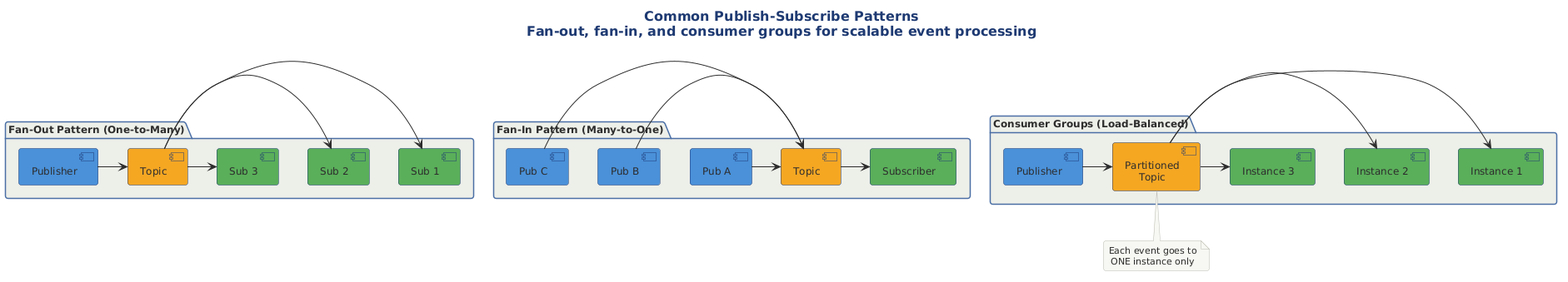
Earlier version of the PlantUML export src/architecture/views-and-beyond/style-catalogs/component-and-connector/publish-subscribe-style/png/common-publish-subscribe-patterns-fan-out-fan.png (Notoriousjayy/latex-docs). The source it was exported from:
```plantuml
@startuml

title Common Publish-Subscribe Patterns\nFan-out, fan-in, and consumer groups for scalable event processing

!include ../../../../../../tooling/styles/plantuml/structural/package-diagram-style.iuml

package "Fan-Out Pattern (One-to-Many)" {
    component "Publisher" as FOP #4A90D9
    component "Topic" as FOT #F5A623
    component "Sub 1" as FOS1 #5BAE5B
    component "Sub 2" as FOS2 #5BAE5B
    component "Sub 3" as FOS3 #5BAE5B

    FOP -right-> FOT
    FOT -right-> FOS1
    FOT -right-> FOS2
    FOT -right-> FOS3
}

package "Fan-In Pattern (Many-to-One)" {
    component "Pub A" as FIA #4A90D9
    component "Pub B" as FIB #4A90D9
    component "Pub C" as FIC #4A90D9
    component "Topic" as FIT #F5A623
    component "Subscriber" as FIS #5BAE5B

    FIA -right-> FIT
    FIB -right-> FIT
    FIC -right-> FIT
    FIT -right-> FIS
}

package "Consumer Groups (Load-Balanced)" {
    component "Publisher" as CGP #4A90D9
    component "Partitioned\nTopic" as CGT #F5A623

    component "Instance 1" as CGS1 #5BAE5B
    component "Instance 2" as CGS2 #5BAE5B
    component "Instance 3" as CGS3 #5BAE5B

    CGP -right-> CGT
    CGT -right-> CGS1
    CGT -right-> CGS2
    CGT -right-> CGS3
}

note bottom of CGT
  Each event goes to
  ONE instance only
end note

@enduml
```
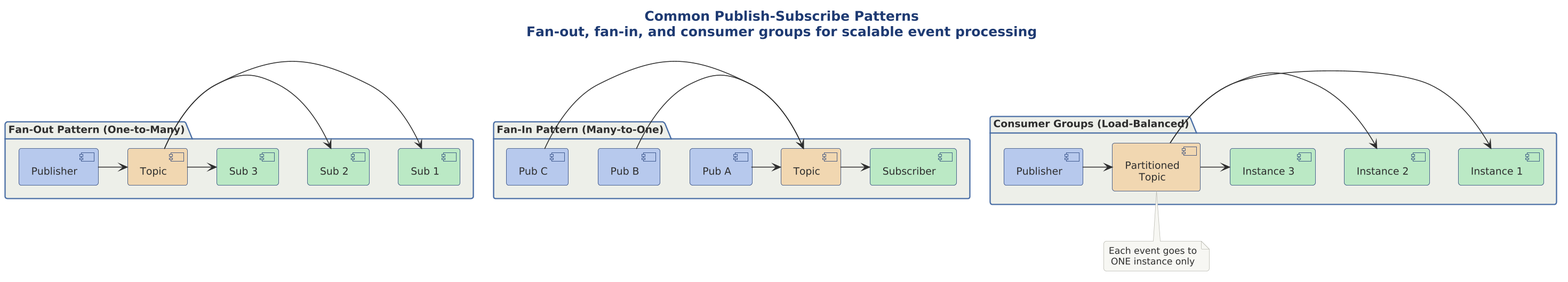
The same file after the commit.

The edit, as a diff of the source:
```diff
@@ -1,15 +1,20 @@
 @startuml
+
+skinparam dpi 150
+
+
+
 
 title Common Publish-Subscribe Patterns\nFan-out, fan-in, and consumer groups for scalable event processing
 
 !include ../../../../../../tooling/styles/plantuml/structural/package-diagram-style.iuml
 
 package "Fan-Out Pattern (One-to-Many)" {
-    component "Publisher" as FOP #4A90D9
-    component "Topic" as FOT #F5A623
-    component "Sub 1" as FOS1 #5BAE5B
-    component "Sub 2" as FOS2 #5BAE5B
-    component "Sub 3" as FOS3 #5BAE5B
+    component "Publisher" as FOP $deep_primary
+    component "Topic" as FOT $deep_caution
+    component "Sub 1" as FOS1 $deep_ok
+    component "Sub 2" as FOS2 $deep_ok
+    component "Sub 3" as FOS3 $deep_ok
 
     FOP -right-> FOT
     FOT -right-> FOS1
@@ -18,11 +23,11 @@
 }
 
 package "Fan-In Pattern (Many-to-One)" {
-    component "Pub A" as FIA #4A90D9
-    component "Pub B" as FIB #4A90D9
-    component "Pub C" as FIC #4A90D9
-    component "Topic" as FIT #F5A623
-    component "Subscriber" as FIS #5BAE5B
+    component "Pub A" as FIA $deep_primary
+    component "Pub B" as FIB $deep_primary
+    component "Pub C" as FIC $deep_primary
+    component "Topic" as FIT $deep_caution
+    component "Subscriber" as FIS $deep_ok
 
     FIA -right-> FIT
     FIB -right-> FIT
@@ -31,12 +36,12 @@
 }
 
 package "Consumer Groups (Load-Balanced)" {
-    component "Publisher" as CGP #4A90D9
-    component "Partitioned\nTopic" as CGT #F5A623
+    component "Publisher" as CGP $deep_primary
+    component "Partitioned\nTopic" as CGT $deep_caution
 
-    component "Instance 1" as CGS1 #5BAE5B
-    component "Instance 2" as CGS2 #5BAE5B
-    component "Instance 3" as CGS3 #5BAE5B
+    component "Instance 1" as CGS1 $deep_ok
+    component "Instance 2" as CGS2 $deep_ok
+    component "Instance 3" as CGS3 $deep_ok
 
     CGP -right-> CGT
     CGT -right-> CGS1
```
